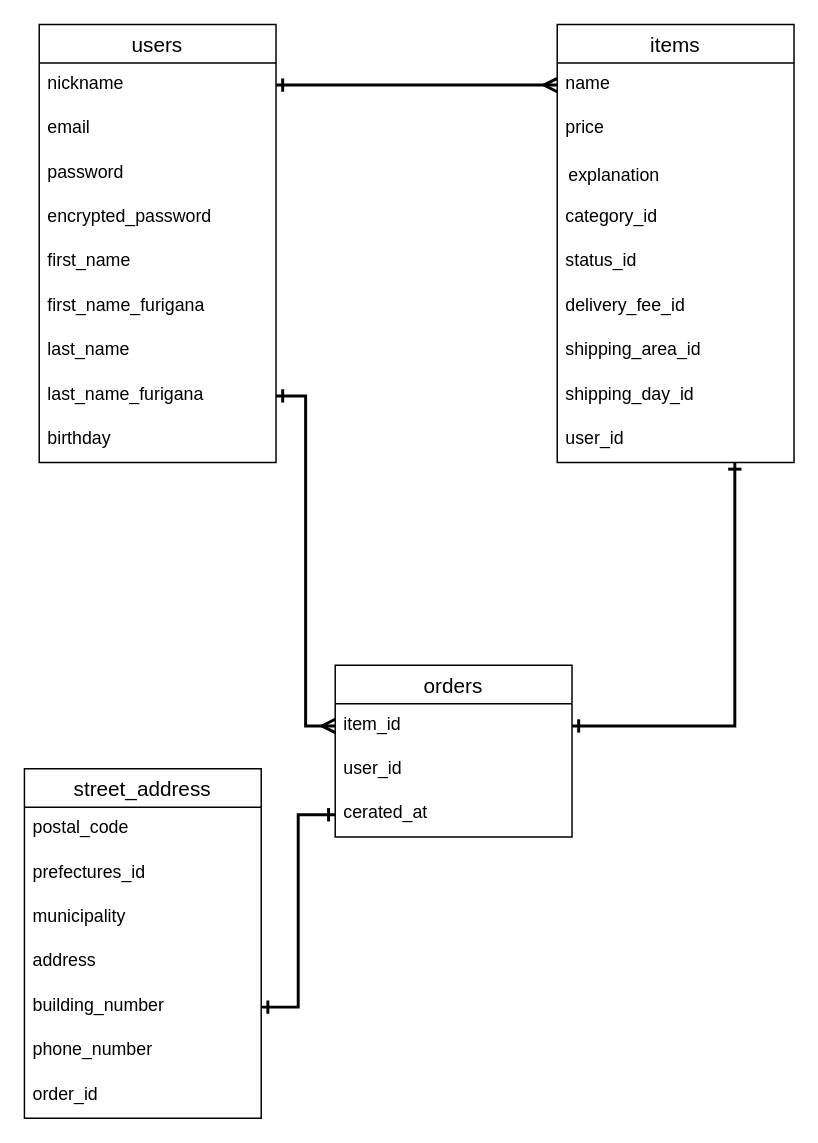
tatsunori-koharu/furima-31710 keeps this draw.io diagram as app/ER.dio. Above is the earlier version. Source tidied: cells renumbered, new cells numbered last; positions are measured from the earlier drawing's top-left corner, leaving out a move shared by most shapes. Both pictures are drawn from the tidied source at 148%, with x=0, y=0 at pixel (24, 24).
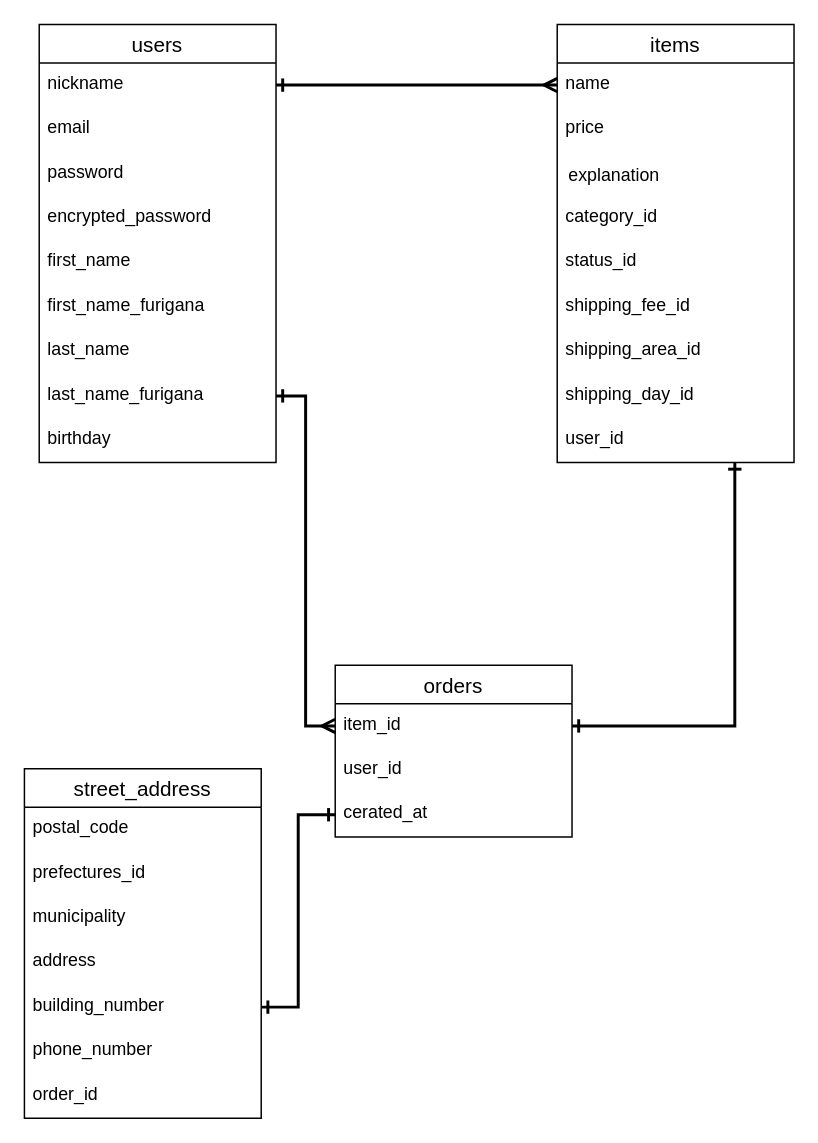
The same diagram, later.

Commit message (it also covers changes not shown here):
ER図及びREADME修正３回目

The change refers to these unchanged cells:
```xml
<mxCell id="12" value="items" style="swimlane;fontStyle=0;horizontal=1;startSize=26;align=center;fontSize=14;" parent="1" vertex="1">
  <mxGeometry x="360" width="160" height="296" as="geometry" />
</mxCell>
```

The edit, as a diff of the source:
```diff
@@
-    <mxCell id="18" value="delivery_fee_id" style="text;strokeColor=none;fillColor=none;spacingLeft=4;spacingRight=4;overflow=hidden;fontSize=12;" parent="12" vertex="1">
+    <mxCell id="18" value="shipping_fee_id" style="text;strokeColor=none;fillColor=none;spacingLeft=4;spacingRight=4;overflow=hidden;fontSize=12;" parent="12" vertex="1">
       <mxGeometry y="176" width="160" height="30" as="geometry" />
     </mxCell>
```
